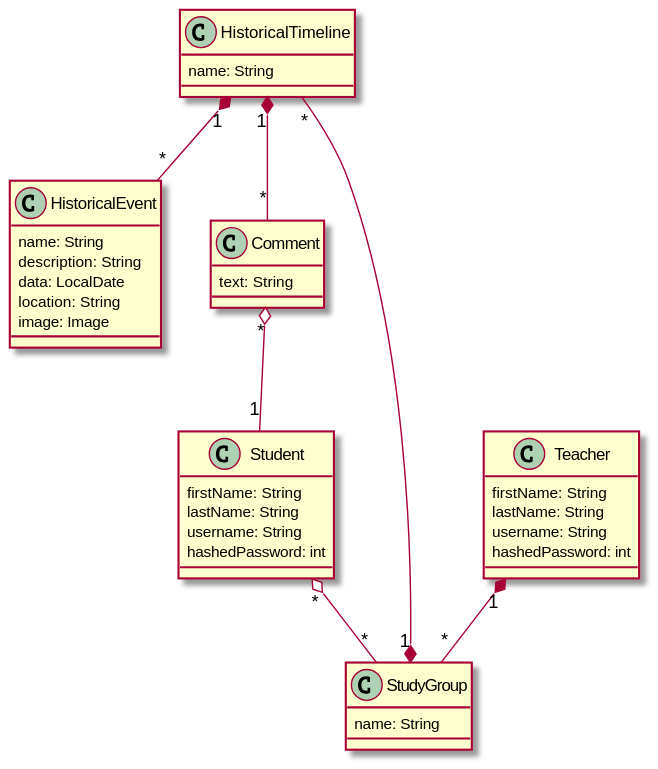
Earlier version of the PlantUML export images/class_diagram.svg (kuhy/historical-timeline).
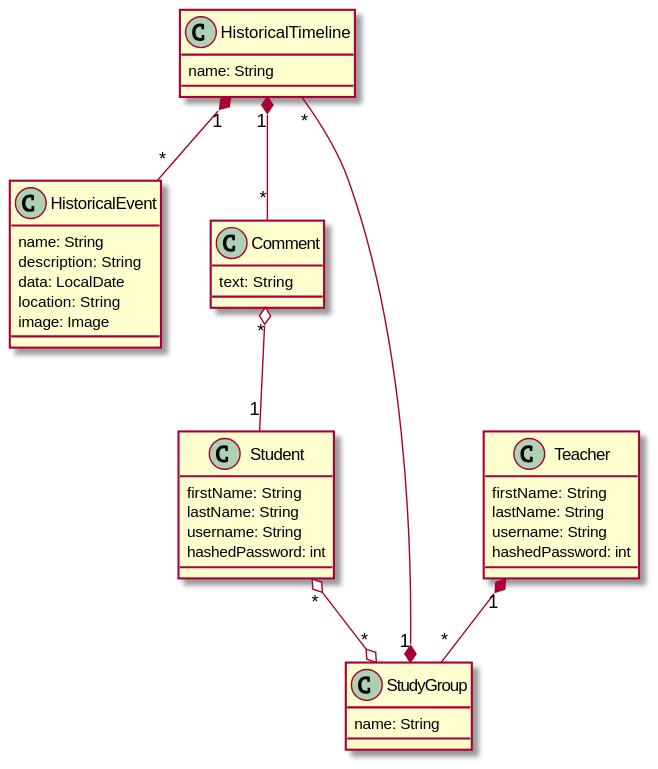
After the commit.

Commit message:
Fix relation between Student and StudyGroup inside class diagram

What changed in the source:
```diff
@@ -36,7 +36,7 @@
   hashedPassword: int
 }
 
-Student "*" o-- "*" StudyGroup
+Student "*" o--o "*" StudyGroup
 
 class Comment {
   text: String
```
